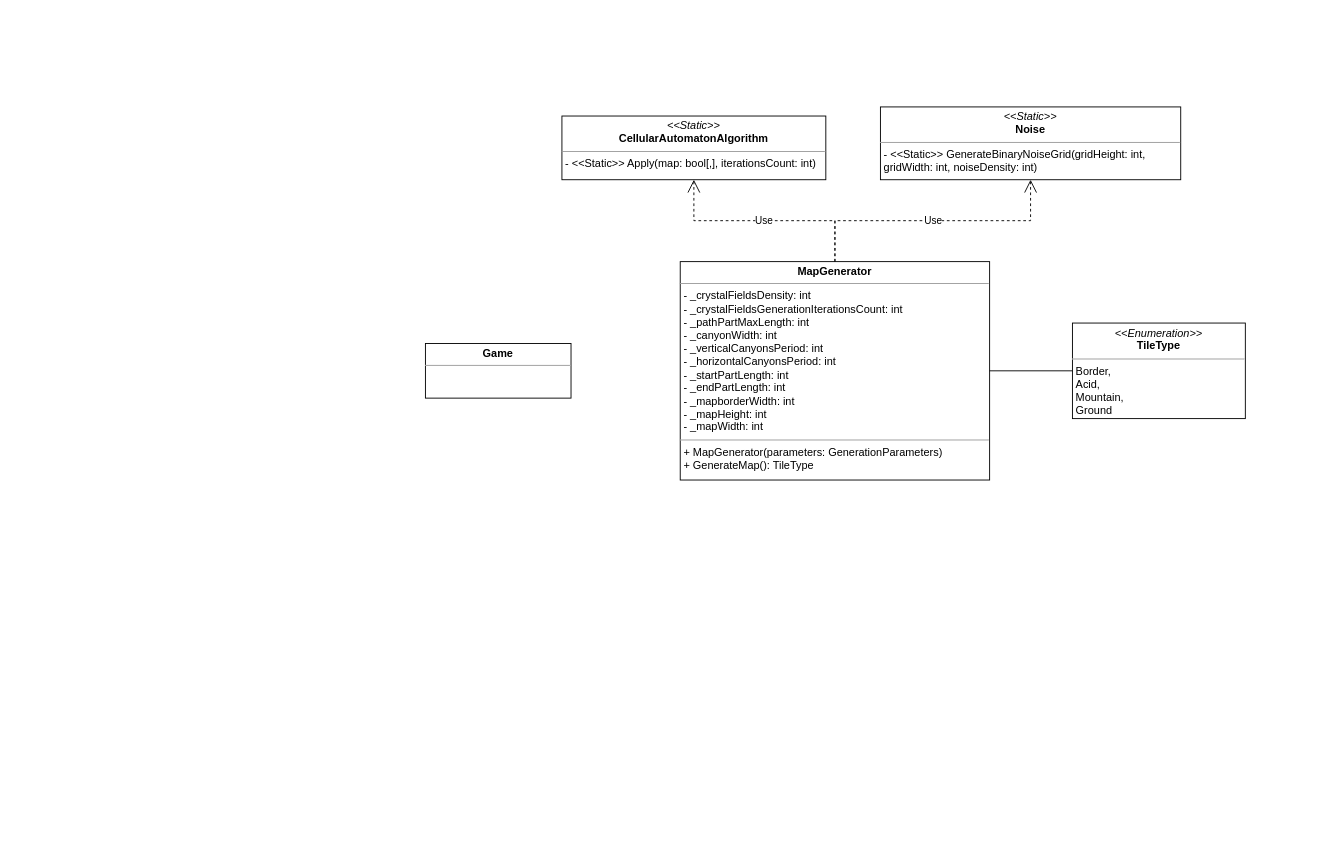
Earlier version of the draw.io diagram Диаграмма без названия.drawio (Mehanari/system_analysis_first_practice). Source tidied: cells renumbered, new cells numbered last; positions are measured from the earlier drawing's top-left corner, leaving out a move shared by most shapes. Both pictures are drawn from the tidied source at 91%, with x=0, y=0 at pixel (425, 106).
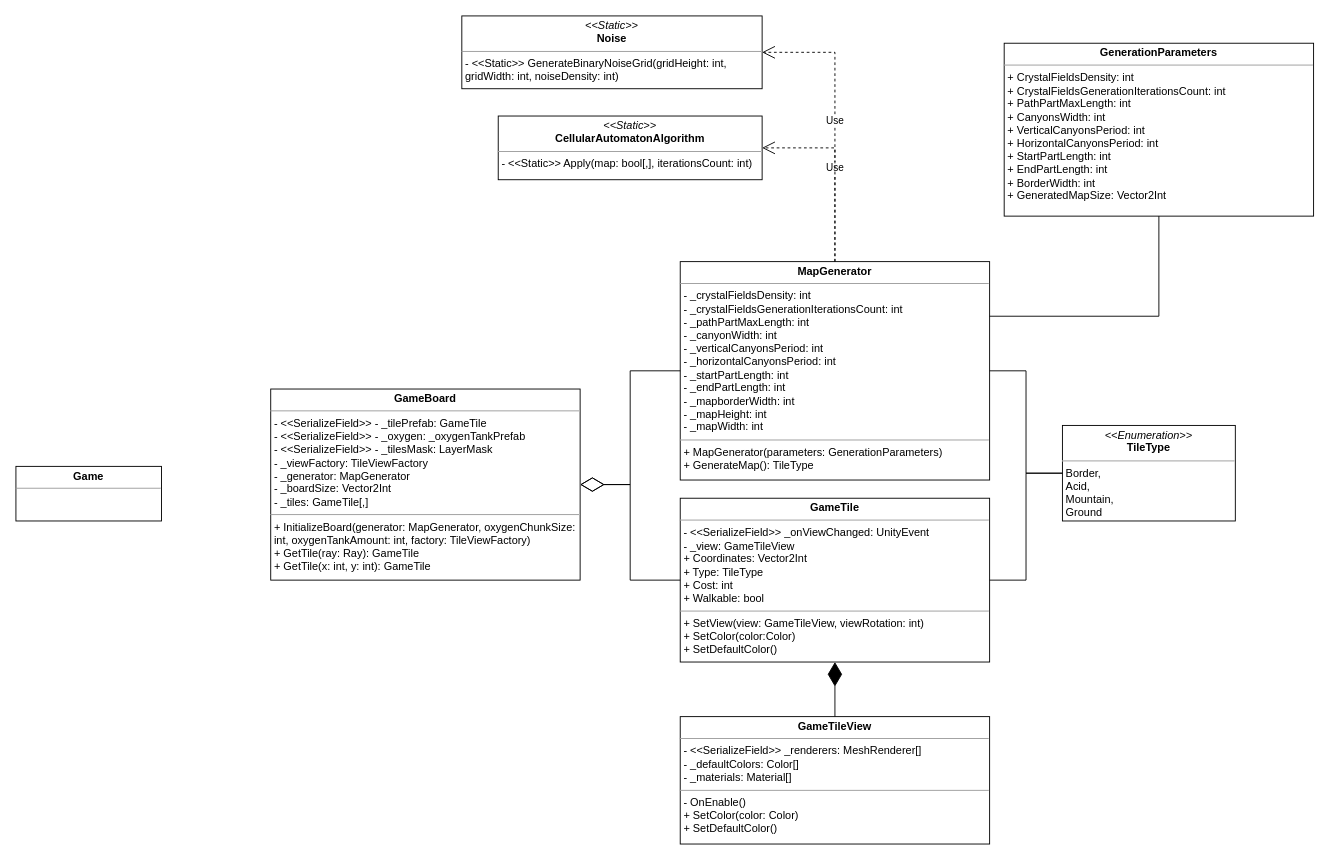
Above is the later version.

The edit, as a diff of the source:
```diff
@@
 <mxGraphModel>
   <root>
     <mxCell id="0" />
     <mxCell id="1" parent="0" />
     <mxCell id="2" value="&lt;p style=&quot;margin:0px;margin-top:4px;text-align:center;&quot;&gt;&lt;i&gt;&amp;lt;&amp;lt;Static&amp;gt;&amp;gt;&lt;/i&gt;&lt;br&gt;&lt;b&gt;CellularAutomatonAlgorithm&lt;/b&gt;&lt;/p&gt;&lt;hr size=&quot;1&quot;&gt;&lt;p style=&quot;margin:0px;margin-left:4px;&quot;&gt;- &amp;lt;&amp;lt;Static&amp;gt;&amp;gt; Apply(map: bool[,], iterationsCount: int)&lt;/p&gt;" style="verticalAlign=top;align=left;overflow=fill;fontSize=12;fontFamily=Helvetica;html=1;whiteSpace=wrap;" parent="1" vertex="1">
-      <mxGeometry x="150" y="10" width="290" height="70" as="geometry" />
+      <mxGeometry x="80" y="10" width="290" height="70" as="geometry" />
     </mxCell>
     <mxCell id="3" value="&lt;p style=&quot;margin:0px;margin-top:4px;text-align:center;&quot;&gt;&lt;b&gt;Game&lt;/b&gt;&lt;/p&gt;&lt;hr size=&quot;1&quot;&gt;&lt;p style=&quot;margin:0px;margin-left:4px;&quot;&gt;&lt;br&gt;&lt;/p&gt;" style="verticalAlign=top;align=left;overflow=fill;fontSize=12;fontFamily=Helvetica;html=1;whiteSpace=wrap;" parent="1" vertex="1">
-      <mxGeometry y="260" width="160" height="60" as="geometry" />
+      <mxGeometry x="-450" y="395" width="160" height="60" as="geometry" />
     </mxCell>
     <mxCell id="4" value="&lt;p style=&quot;margin:0px;margin-top:4px;text-align:center;&quot;&gt;&lt;b&gt;MapGenerator&lt;/b&gt;&lt;/p&gt;&lt;hr size=&quot;1&quot;&gt;&lt;p style=&quot;margin:0px;margin-left:4px;&quot;&gt;- _crystalFieldsDensity: int&lt;/p&gt;&lt;p style=&quot;margin:0px;margin-left:4px;&quot;&gt;- _crystalFieldsGenerationIterationsCount: int&lt;/p&gt;&lt;p style=&quot;margin:0px;margin-left:4px;&quot;&gt;- _pathPartMaxLength: int&lt;/p&gt;&lt;p style=&quot;margin:0px;margin-left:4px;&quot;&gt;- _canyonWidth: int&lt;/p&gt;&lt;p style=&quot;margin:0px;margin-left:4px;&quot;&gt;- _verticalCanyonsPeriod: int&lt;/p&gt;&lt;p style=&quot;margin:0px;margin-left:4px;&quot;&gt;- _horizontalCanyonsPeriod: int&lt;/p&gt;&lt;p style=&quot;margin:0px;margin-left:4px;&quot;&gt;- _startPartLength: int&lt;/p&gt;&lt;p style=&quot;margin:0px;margin-left:4px;&quot;&gt;- _endPartLength: int&lt;/p&gt;&lt;p style=&quot;margin:0px;margin-left:4px;&quot;&gt;- _mapborderWidth: int&lt;/p&gt;&lt;p style=&quot;margin:0px;margin-left:4px;&quot;&gt;- _mapHeight: int&lt;/p&gt;&lt;p style=&quot;margin:0px;margin-left:4px;&quot;&gt;- _mapWidth: int&lt;/p&gt;&lt;hr size=&quot;1&quot;&gt;&lt;p style=&quot;margin:0px;margin-left:4px;&quot;&gt;+ MapGenerator(parameters: GenerationParameters)&lt;br&gt;&lt;/p&gt;&lt;p style=&quot;margin:0px;margin-left:4px;&quot;&gt;+ GenerateMap(): TileType&lt;br&gt;&lt;/p&gt;" style="verticalAlign=top;align=left;overflow=fill;fontSize=12;fontFamily=Helvetica;html=1;whiteSpace=wrap;" parent="1" vertex="1">
       <mxGeometry x="280" y="170" width="340" height="240" as="geometry" />
     </mxCell>
-    <mxCell id="5" value="Use" style="endArrow=open;endSize=12;dashed=1;html=1;rounded=0;entryX=0.5;entryY=1;entryDx=0;entryDy=0;exitX=0.5;exitY=0;exitDx=0;exitDy=0;edgeStyle=orthogonalEdgeStyle;" parent="1" edge="1" source="4" target="2">
+    <mxCell id="5" value="Use" style="endArrow=open;endSize=12;dashed=1;html=1;rounded=0;entryX=1;entryY=0.5;entryDx=0;entryDy=0;exitX=0.5;exitY=0;exitDx=0;exitDy=0;edgeStyle=orthogonalEdgeStyle;" parent="1" edge="1" source="4" target="2">
       <mxGeometry relative="1" as="geometry" />
     </mxCell>
     <mxCell id="6" value="&lt;p style=&quot;margin:0px;margin-top:4px;text-align:center;&quot;&gt;&lt;i&gt;&amp;lt;&amp;lt;Enumeration&amp;gt;&amp;gt;&lt;/i&gt;&lt;br&gt;&lt;b&gt;TileType&lt;/b&gt;&lt;/p&gt;&lt;hr size=&quot;1&quot;&gt;&lt;p style=&quot;margin:0px;margin-left:4px;&quot;&gt;Border,&lt;/p&gt;&lt;p style=&quot;margin:0px;margin-left:4px;&quot;&gt;Acid,&lt;/p&gt;&lt;p style=&quot;margin:0px;margin-left:4px;&quot;&gt;Mountain,&lt;/p&gt;&lt;p style=&quot;margin:0px;margin-left:4px;&quot;&gt;Ground&lt;/p&gt;" style="verticalAlign=top;align=left;overflow=fill;fontSize=12;fontFamily=Helvetica;html=1;whiteSpace=wrap;" parent="1" vertex="1">
-      <mxGeometry x="711" y="237.5" width="190" height="105" as="geometry" />
+      <mxGeometry x="700" y="350" width="190" height="105" as="geometry" />
     </mxCell>
     <mxCell id="7" style="endArrow=none;html=1;edgeStyle=orthogonalEdgeStyle;rounded=0;exitX=1;exitY=0.5;exitDx=0;exitDy=0;entryX=0;entryY=0.5;entryDx=0;entryDy=0;" parent="1" edge="1" source="4" target="6">
       <mxGeometry relative="1" as="geometry" />
     </mxCell>
     <mxCell id="8" value="&lt;p style=&quot;margin:0px;margin-top:4px;text-align:center;&quot;&gt;&lt;i&gt;&amp;lt;&amp;lt;Static&amp;gt;&amp;gt;&lt;/i&gt;&lt;br&gt;&lt;b&gt;Noise&lt;/b&gt;&lt;/p&gt;&lt;hr size=&quot;1&quot;&gt;&lt;p style=&quot;margin:0px;margin-left:4px;&quot;&gt;- &amp;lt;&amp;lt;Static&amp;gt;&amp;gt; GenerateBinaryNoiseGrid(gridHeight: int, gridWidth: int, noiseDensity: int)&lt;/p&gt;" style="verticalAlign=top;align=left;overflow=fill;fontSize=12;fontFamily=Helvetica;html=1;whiteSpace=wrap;" parent="1" vertex="1">
-      <mxGeometry x="500" width="330" height="80" as="geometry" />
+      <mxGeometry x="40" y="-100" width="330" height="80" as="geometry" />
     </mxCell>
-    <mxCell id="9" value="Use" style="endArrow=open;endSize=12;dashed=1;html=1;rounded=0;entryX=0.5;entryY=1;entryDx=0;entryDy=0;exitX=0.5;exitY=0;exitDx=0;exitDy=0;edgeStyle=orthogonalEdgeStyle;" parent="1" edge="1" source="4" target="8">
+    <mxCell id="9" value="Use" style="endArrow=open;endSize=12;dashed=1;html=1;rounded=0;entryX=1;entryY=0.5;entryDx=0;entryDy=0;exitX=0.5;exitY=0;exitDx=0;exitDy=0;edgeStyle=orthogonalEdgeStyle;" parent="1" edge="1" source="4" target="8">
       <mxGeometry relative="1" as="geometry" />
     </mxCell>
+    <mxCell id="10" value="&lt;p style=&quot;margin:0px;margin-top:4px;text-align:center;&quot;&gt;&lt;b&gt;GameTile&lt;/b&gt;&lt;/p&gt;&lt;hr size=&quot;1&quot;&gt;&lt;p style=&quot;margin:0px;margin-left:4px;&quot;&gt;- &amp;lt;&amp;lt;SerializeField&amp;gt;&amp;gt; _onViewChanged: UnityEvent&lt;br&gt;&lt;/p&gt;&lt;p style=&quot;margin:0px;margin-left:4px;&quot;&gt;- _view: GameTileView&lt;/p&gt;&lt;p style=&quot;margin:0px;margin-left:4px;&quot;&gt;+ Coordinates: Vector2Int&lt;/p&gt;&lt;p style=&quot;margin:0px;margin-left:4px;&quot;&gt;+ Type: TileType&lt;/p&gt;&lt;p style=&quot;margin:0px;margin-left:4px;&quot;&gt;+ Cost: int&lt;/p&gt;&lt;p style=&quot;margin:0px;margin-left:4px;&quot;&gt;+ Walkable: bool&lt;/p&gt;&lt;hr size=&quot;1&quot;&gt;&lt;p style=&quot;margin:0px;margin-left:4px;&quot;&gt;+ SetView(view: GameTileView, viewRotation: int)&lt;/p&gt;&lt;p style=&quot;margin:0px;margin-left:4px;&quot;&gt;+ SetColor(color:Color)&lt;/p&gt;&lt;p style=&quot;margin:0px;margin-left:4px;&quot;&gt;+ SetDefaultColor()&lt;/p&gt;" style="verticalAlign=top;align=left;overflow=fill;fontSize=12;fontFamily=Helvetica;html=1;whiteSpace=wrap;" parent="1" vertex="1">
+      <mxGeometry x="280" y="430" width="340" height="180" as="geometry" />
+    </mxCell>
+    <mxCell id="11" style="endArrow=none;html=1;edgeStyle=orthogonalEdgeStyle;rounded=0;exitX=1;exitY=0.5;exitDx=0;exitDy=0;entryX=0;entryY=0.5;entryDx=0;entryDy=0;" parent="1" edge="1" source="10" target="6">
+      <mxGeometry relative="1" as="geometry" />
+    </mxCell>
+    <mxCell id="12" value="&lt;p style=&quot;margin:0px;margin-top:4px;text-align:center;&quot;&gt;&lt;b&gt;GenerationParameters&lt;/b&gt;&lt;/p&gt;&lt;hr size=&quot;1&quot;&gt;&lt;p style=&quot;margin:0px;margin-left:4px;&quot;&gt;+ CrystalFieldsDensity: int&lt;/p&gt;&lt;p style=&quot;margin:0px;margin-left:4px;&quot;&gt;+ CrystalFieldsGenerationIterationsCount: int&lt;/p&gt;&lt;p style=&quot;margin:0px;margin-left:4px;&quot;&gt;+ PathPartMaxLength: int&lt;/p&gt;&lt;p style=&quot;margin:0px;margin-left:4px;&quot;&gt;+ CanyonsWidth: int&lt;/p&gt;&lt;p style=&quot;margin:0px;margin-left:4px;&quot;&gt;+ VerticalCanyonsPeriod: int&lt;/p&gt;&lt;p style=&quot;margin:0px;margin-left:4px;&quot;&gt;+ HorizontalCanyonsPeriod: int&lt;/p&gt;&lt;p style=&quot;margin:0px;margin-left:4px;&quot;&gt;+ StartPartLength: int&lt;/p&gt;&lt;p style=&quot;margin:0px;margin-left:4px;&quot;&gt;+ EndPartLength: int&lt;/p&gt;&lt;p style=&quot;margin:0px;margin-left:4px;&quot;&gt;+ BorderWidth: int&lt;/p&gt;&lt;p style=&quot;margin:0px;margin-left:4px;&quot;&gt;+ GeneratedMapSize: Vector2Int&lt;/p&gt;&lt;p style=&quot;margin:0px;margin-left:4px;&quot;&gt;&lt;br&gt;&lt;/p&gt;" style="verticalAlign=top;align=left;overflow=fill;fontSize=12;fontFamily=Helvetica;html=1;whiteSpace=wrap;" parent="1" vertex="1">
+      <mxGeometry x="636" y="-70" width="340" height="190" as="geometry" />
+    </mxCell>
+    <mxCell id="13" style="endArrow=none;html=1;edgeStyle=orthogonalEdgeStyle;rounded=0;entryX=0.5;entryY=1;entryDx=0;entryDy=0;exitX=1;exitY=0.25;exitDx=0;exitDy=0;" parent="1" edge="1" source="4" target="12">
+      <mxGeometry relative="1" as="geometry" />
+    </mxCell>
+    <mxCell id="14" value="&lt;p style=&quot;margin:0px;margin-top:4px;text-align:center;&quot;&gt;&lt;b&gt;GameTileView&lt;/b&gt;&lt;/p&gt;&lt;hr size=&quot;1&quot;&gt;&lt;p style=&quot;margin:0px;margin-left:4px;&quot;&gt;- &amp;lt;&amp;lt;SerializeField&amp;gt;&amp;gt; _renderers: MeshRenderer[]&lt;/p&gt;&lt;p style=&quot;margin:0px;margin-left:4px;&quot;&gt;- _defaultColors: Color[]&lt;/p&gt;&lt;p style=&quot;margin:0px;margin-left:4px;&quot;&gt;- _materials: Material[]&lt;/p&gt;&lt;hr size=&quot;1&quot;&gt;&lt;p style=&quot;margin:0px;margin-left:4px;&quot;&gt;- OnEnable()&lt;/p&gt;&lt;p style=&quot;margin:0px;margin-left:4px;&quot;&gt;+ SetColor(color: Color)&lt;/p&gt;&lt;p style=&quot;margin:0px;margin-left:4px;&quot;&gt;+ SetDefaultColor()&lt;/p&gt;" style="verticalAlign=top;align=left;overflow=fill;fontSize=12;fontFamily=Helvetica;html=1;whiteSpace=wrap;" parent="1" vertex="1">
+      <mxGeometry x="280" y="670" width="340" height="140" as="geometry" />
+    </mxCell>
+    <mxCell id="15" style="endArrow=diamondThin;endFill=1;endSize=24;html=1;rounded=0;exitX=0.5;exitY=0;exitDx=0;exitDy=0;entryX=0.5;entryY=1;entryDx=0;entryDy=0;edgeStyle=orthogonalEdgeStyle;" parent="1" edge="1" source="14" target="10">
+      <mxGeometry relative="1" as="geometry" />
+    </mxCell>
+    <mxCell id="16" value="&lt;p style=&quot;margin:0px;margin-top:4px;text-align:center;&quot;&gt;&lt;b&gt;GameBoard&lt;/b&gt;&lt;/p&gt;&lt;hr size=&quot;1&quot;&gt;&lt;p style=&quot;margin:0px;margin-left:4px;&quot;&gt;- &amp;lt;&amp;lt;SerializeField&amp;gt;&amp;gt; - _tilePrefab: GameTile&lt;br&gt;&lt;/p&gt;&lt;p style=&quot;margin:0px;margin-left:4px;&quot;&gt;- &amp;lt;&amp;lt;SerializeField&amp;gt;&amp;gt; - _oxygen: _oxygenTankPrefab&lt;/p&gt;&lt;p style=&quot;margin:0px;margin-left:4px;&quot;&gt;- &amp;lt;&amp;lt;SerializeField&amp;gt;&amp;gt; - _tilesMask: LayerMask&lt;/p&gt;&lt;p style=&quot;margin:0px;margin-left:4px;&quot;&gt;- _viewFactory: TileViewFactory&lt;/p&gt;&lt;p style=&quot;margin:0px;margin-left:4px;&quot;&gt;- _generator: MapGenerator&lt;/p&gt;&lt;p style=&quot;margin:0px;margin-left:4px;&quot;&gt;- _boardSize: Vector2Int&lt;/p&gt;&lt;p style=&quot;margin:0px;margin-left:4px;&quot;&gt;- _tiles: GameTile[,]&lt;/p&gt;&lt;hr size=&quot;1&quot;&gt;&lt;p style=&quot;margin:0px;margin-left:4px;&quot;&gt;+ InitializeBoard(generator: MapGenerator, oxygenChunkSize: int, oxygenTankAmount: int, factory: TileViewFactory)&lt;/p&gt;&lt;p style=&quot;margin:0px;margin-left:4px;&quot;&gt;+ GetTile(ray: Ray): GameTile&lt;/p&gt;&lt;p style=&quot;margin:0px;margin-left:4px;&quot;&gt;+ GetTile(x: int, y: int): GameTile&lt;/p&gt;" style="verticalAlign=top;align=left;overflow=fill;fontSize=12;fontFamily=Helvetica;html=1;whiteSpace=wrap;" parent="1" vertex="1">
+      <mxGeometry x="-170" y="310" width="340" height="210" as="geometry" />
+    </mxCell>
+    <mxCell id="17" style="endArrow=diamondThin;endFill=0;endSize=24;html=1;rounded=0;exitX=0;exitY=0.5;exitDx=0;exitDy=0;entryX=1;entryY=0.5;entryDx=0;entryDy=0;edgeStyle=orthogonalEdgeStyle;" parent="1" edge="1" source="4" target="16">
+      <mxGeometry relative="1" as="geometry" />
+    </mxCell>
+    <mxCell id="18" style="endArrow=diamondThin;endFill=0;endSize=24;html=1;rounded=0;exitX=0;exitY=0.5;exitDx=0;exitDy=0;entryX=1;entryY=0.5;entryDx=0;entryDy=0;edgeStyle=orthogonalEdgeStyle;" parent="1" edge="1" source="10" target="16">
+      <mxGeometry relative="1" as="geometry" />
+    </mxCell>
   </root>
 </mxGraphModel>
```
